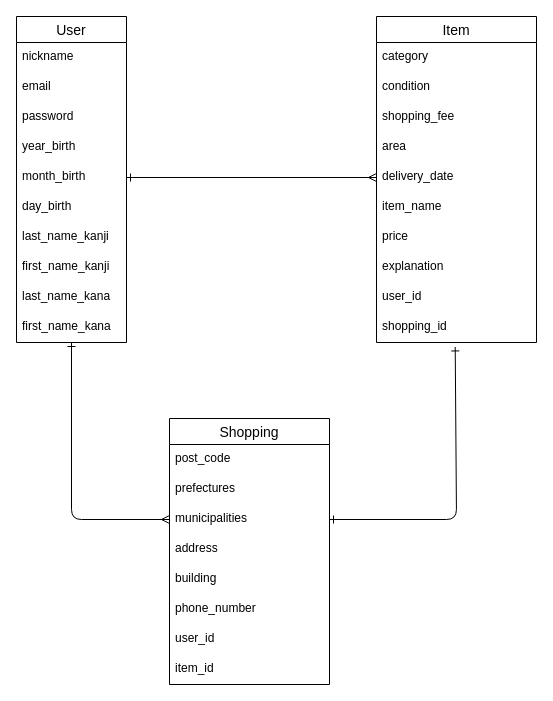
PTT1230/furima-38221 keeps this draw.io diagram as er.dio. Above is the earlier version. Source tidied: cells renumbered, new cells numbered last; positions are measured from the earlier drawing's top-left corner, leaving out a move shared by most shapes. Both pictures are drawn from the tidied source at 100%, with x=0, y=0 at pixel (16, 16).
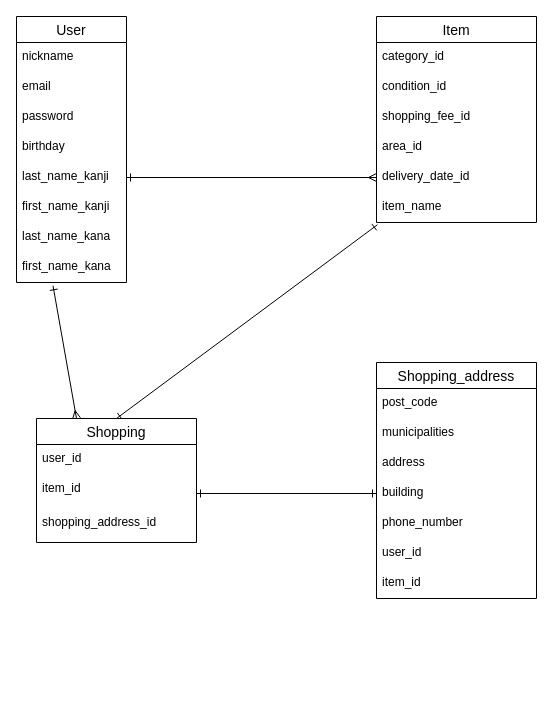
The same page after the edit.

Commit message (it also covers changes not shown here):
カラム修正

The change refers to these unchanged cells:
```xml
<mxCell id="19" value="item_name" style="text;strokeColor=none;fillColor=none;spacingLeft=4;spacingRight=4;overflow=hidden;points=[[0,0.5],[1,0.5]];portConstraint=eastwest;fontSize=12;" parent="13" vertex="1">
  <mxGeometry y="176" width="160" height="30" as="geometry" />
</mxCell>
```

Change to the diagram source:
```diff
@@
     <mxCell id="2" value="User" style="swimlane;fontStyle=0;horizontal=1;startSize=26;align=center;fontSize=14;" parent="1" vertex="1">
-      <mxGeometry width="110" height="326" as="geometry" />
+      <mxGeometry width="110" height="266" as="geometry" />
     </mxCell>
@@
-    <mxCell id="6" value="year_birth" style="text;strokeColor=none;fillColor=none;spacingLeft=4;spacingRight=4;overflow=hidden;fontSize=12;" parent="2" vertex="1">
+    <mxCell id="6" value="birthday" style="text;strokeColor=none;fillColor=none;spacingLeft=4;spacingRight=4;overflow=hidden;fontSize=12;" parent="2" vertex="1">
       <mxGeometry y="116" width="110" height="30" as="geometry" />
     </mxCell>
-    <mxCell id="7" value="month_birth" style="text;strokeColor=none;fillColor=none;spacingLeft=4;spacingRight=4;overflow=hidden;points=[[0,0.5],[1,0.5]];portConstraint=eastwest;fontSize=12;" parent="2" vertex="1">
-      <mxGeometry y="146" width="110" height="30" as="geometry" />
-    </mxCell>
-    <mxCell id="8" value="day_birth" style="text;strokeColor=none;fillColor=none;spacingLeft=4;spacingRight=4;overflow=hidden;fontSize=12;" parent="2" vertex="1">
-      <mxGeometry y="176" width="110" height="30" as="geometry" />
-    </mxCell>
     <mxCell id="9" value="last_name_kanji" style="text;strokeColor=none;fillColor=none;spacingLeft=4;spacingRight=4;overflow=hidden;fontSize=12;" parent="2" vertex="1">
-      <mxGeometry y="206" width="110" height="30" as="geometry" />
+      <mxGeometry y="146" width="110" height="30" as="geometry" />
     </mxCell>
     <mxCell id="10" value="first_name_kanji" style="text;strokeColor=none;fillColor=none;spacingLeft=4;spacingRight=4;overflow=hidden;fontSize=12;" parent="2" vertex="1">
-      <mxGeometry y="236" width="110" height="30" as="geometry" />
+      <mxGeometry y="176" width="110" height="30" as="geometry" />
     </mxCell>
     <mxCell id="11" value="last_name_kana" style="text;strokeColor=none;fillColor=none;spacingLeft=4;spacingRight=4;overflow=hidden;fontSize=12;" parent="2" vertex="1">
-      <mxGeometry y="266" width="110" height="30" as="geometry" />
+      <mxGeometry y="206" width="110" height="30" as="geometry" />
     </mxCell>
     <mxCell id="12" value="first_name_kana" style="text;strokeColor=none;fillColor=none;spacingLeft=4;spacingRight=4;overflow=hidden;points=[[0,0.5],[1,0.5]];portConstraint=eastwest;fontSize=12;" parent="2" vertex="1">
-      <mxGeometry y="296" width="110" height="30" as="geometry" />
+      <mxGeometry y="236" width="110" height="30" as="geometry" />
     </mxCell>
     <mxCell id="13" value="Item" style="swimlane;fontStyle=0;horizontal=1;startSize=26;align=center;fontSize=14;" parent="1" vertex="1">
-      <mxGeometry x="360" width="160" height="326" as="geometry" />
+      <mxGeometry x="360" width="160" height="206" as="geometry" />
     </mxCell>
-    <mxCell id="14" value="category" style="text;strokeColor=none;fillColor=none;spacingLeft=4;spacingRight=4;overflow=hidden;fontSize=12;" parent="13" vertex="1">
+    <mxCell id="14" value="category_id" style="text;strokeColor=none;fillColor=none;spacingLeft=4;spacingRight=4;overflow=hidden;fontSize=12;" parent="13" vertex="1">
       <mxGeometry y="26" width="160" height="30" as="geometry" />
     </mxCell>
-    <mxCell id="15" value="condition" style="text;strokeColor=none;fillColor=none;spacingLeft=4;spacingRight=4;overflow=hidden;fontSize=12;" parent="13" vertex="1">
+    <mxCell id="15" value="condition_id" style="text;strokeColor=none;fillColor=none;spacingLeft=4;spacingRight=4;overflow=hidden;fontSize=12;" parent="13" vertex="1">
       <mxGeometry y="56" width="160" height="30" as="geometry" />
     </mxCell>
-    <mxCell id="16" value="shopping_fee" style="text;strokeColor=none;fillColor=none;spacingLeft=4;spacingRight=4;overflow=hidden;fontSize=12;" parent="13" vertex="1">
+    <mxCell id="16" value="shopping_fee_id" style="text;strokeColor=none;fillColor=none;spacingLeft=4;spacingRight=4;overflow=hidden;fontSize=12;" parent="13" vertex="1">
       <mxGeometry y="86" width="160" height="30" as="geometry" />
     </mxCell>
-    <mxCell id="17" value="area" style="text;strokeColor=none;fillColor=none;spacingLeft=4;spacingRight=4;overflow=hidden;fontSize=12;" parent="13" vertex="1">
+    <mxCell id="17" value="area_id" style="text;strokeColor=none;fillColor=none;spacingLeft=4;spacingRight=4;overflow=hidden;fontSize=12;" parent="13" vertex="1">
       <mxGeometry y="116" width="160" height="30" as="geometry" />
     </mxCell>
-    <mxCell id="18" value="delivery_date" style="text;strokeColor=none;fillColor=none;spacingLeft=4;spacingRight=4;overflow=hidden;points=[[0,0.5],[1,0.5]];portConstraint=eastwest;fontSize=12;" parent="13" vertex="1">
+    <mxCell id="18" value="delivery_date_id" style="text;strokeColor=none;fillColor=none;spacingLeft=4;spacingRight=4;overflow=hidden;points=[[0,0.5],[1,0.5]];portConstraint=eastwest;fontSize=12;" parent="13" vertex="1">
       <mxGeometry y="146" width="160" height="30" as="geometry" />
     </mxCell>
@@
-    <mxCell id="20" value="price" style="text;strokeColor=none;fillColor=none;spacingLeft=4;spacingRight=4;overflow=hidden;fontSize=12;" parent="13" vertex="1">
-      <mxGeometry y="206" width="160" height="30" as="geometry" />
-    </mxCell>
-    <mxCell id="21" value="explanation" style="text;strokeColor=none;fillColor=none;spacingLeft=4;spacingRight=4;overflow=hidden;fontSize=12;" parent="13" vertex="1">
-      <mxGeometry y="236" width="160" height="30" as="geometry" />
-    </mxCell>
-    <mxCell id="22" value="user_id" style="text;strokeColor=none;fillColor=none;spacingLeft=4;spacingRight=4;overflow=hidden;fontSize=12;" parent="13" vertex="1">
-      <mxGeometry y="266" width="160" height="30" as="geometry" />
-    </mxCell>
-    <mxCell id="23" value="shopping_id" style="text;strokeColor=none;fillColor=none;spacingLeft=4;spacingRight=4;overflow=hidden;points=[[0,0.5],[1,0.5]];portConstraint=eastwest;fontSize=12;" parent="13" vertex="1">
-      <mxGeometry y="296" width="160" height="30" as="geometry" />
-    </mxCell>
+    <mxCell id="36" style="edgeStyle=none;html=1;exitX=0.5;exitY=0;exitDx=0;exitDy=0;entryX=0.006;entryY=1.074;entryDx=0;entryDy=0;entryPerimeter=0;startArrow=ERone;startFill=0;endArrow=ERone;endFill=0;strokeWidth=1;" parent="1" edge="1" source="24" target="19">
+      <mxGeometry relative="1" as="geometry" />
+    </mxCell>
+    <mxCell id="37" style="edgeStyle=none;html=1;exitX=0.25;exitY=0;exitDx=0;exitDy=0;entryX=0.332;entryY=1.111;entryDx=0;entryDy=0;entryPerimeter=0;startArrow=ERmany;startFill=0;endArrow=ERone;endFill=0;strokeWidth=1;" parent="1" edge="1" source="24" target="12">
+      <mxGeometry relative="1" as="geometry" />
+    </mxCell>
     <mxCell id="24" value="Shopping" style="swimlane;fontStyle=0;horizontal=1;startSize=26;align=center;fontSize=14;spacing=1;" parent="1" vertex="1">
-      <mxGeometry x="153" y="402" width="160" height="266" as="geometry" />
+      <mxGeometry x="20" y="402" width="160" height="124" as="geometry" />
     </mxCell>
+    <mxCell id="31" value="user_id" style="text;strokeColor=none;fillColor=none;spacingLeft=4;spacingRight=4;overflow=hidden;fontSize=12;" parent="24" vertex="1">
+      <mxGeometry y="26" width="160" height="30" as="geometry" />
+    </mxCell>
+    <mxCell id="38" value="item_id" style="text;strokeColor=none;fillColor=none;spacingLeft=4;spacingRight=4;overflow=hidden;fontSize=12;" parent="24" vertex="1">
+      <mxGeometry y="56" width="160" height="34" as="geometry" />
+    </mxCell>
+    <mxCell id="32" value="shopping_address_id" style="text;strokeColor=none;fillColor=none;spacingLeft=4;spacingRight=4;overflow=hidden;fontSize=12;" parent="24" vertex="1">
+      <mxGeometry y="90" width="160" height="34" as="geometry" />
+    </mxCell>
+    <mxCell id="35" style="edgeStyle=none;html=1;exitX=0;exitY=0.5;exitDx=0;exitDy=0;entryX=1;entryY=0.5;entryDx=0;entryDy=0;startArrow=ERmany;startFill=0;endArrow=ERone;endFill=0;strokeWidth=1;" parent="1" edge="1" source="18">
+      <mxGeometry relative="1" as="geometry">
+        <mxPoint x="110" y="161" as="targetPoint" />
+      </mxGeometry>
+    </mxCell>
+    <mxCell id="39" value="Shopping_address" style="swimlane;fontStyle=0;horizontal=1;startSize=26;align=center;fontSize=14;spacing=1;" parent="1" vertex="1">
+      <mxGeometry x="360" y="346" width="160" height="236" as="geometry" />
+    </mxCell>
-    <mxCell id="25" value="post_code" style="text;strokeColor=none;fillColor=none;spacingLeft=4;spacingRight=4;overflow=hidden;fontSize=12;" parent="24" vertex="1">
+    <mxCell id="25" value="post_code" style="text;strokeColor=none;fillColor=none;spacingLeft=4;spacingRight=4;overflow=hidden;fontSize=12;" parent="39" vertex="1">
       <mxGeometry y="26" width="160" height="30" as="geometry" />
     </mxCell>
-    <mxCell id="26" value="prefectures" style="text;strokeColor=none;fillColor=none;spacingLeft=4;spacingRight=4;overflow=hidden;fontSize=12;" parent="24" vertex="1">
-      <mxGeometry y="56" width="160" height="30" as="geometry" />
-    </mxCell>
-    <mxCell id="27" value="municipalities" style="text;strokeColor=none;fillColor=none;spacingLeft=4;spacingRight=4;overflow=hidden;points=[[0,0.5],[1,0.5]];portConstraint=eastwest;fontSize=12;" parent="24" vertex="1">
-      <mxGeometry y="86" width="160" height="30" as="geometry" />
+    <mxCell id="27" value="municipalities" style="text;strokeColor=none;fillColor=none;spacingLeft=4;spacingRight=4;overflow=hidden;points=[[0,0.5],[1,0.5]];portConstraint=eastwest;fontSize=12;" parent="39" vertex="1">
+      <mxGeometry y="56" width="160" height="30" as="geometry" />
     </mxCell>
-    <mxCell id="28" value="address" style="text;strokeColor=none;fillColor=none;spacingLeft=4;spacingRight=4;overflow=hidden;fontSize=12;" parent="24" vertex="1">
-      <mxGeometry y="116" width="160" height="30" as="geometry" />
+    <mxCell id="28" value="address" style="text;strokeColor=none;fillColor=none;spacingLeft=4;spacingRight=4;overflow=hidden;fontSize=12;" parent="39" vertex="1">
+      <mxGeometry y="86" width="160" height="30" as="geometry" />
     </mxCell>
-    <mxCell id="29" value="building" style="text;strokeColor=none;fillColor=none;spacingLeft=4;spacingRight=4;overflow=hidden;points=[[0,0.5],[1,0.5]];portConstraint=eastwest;fontSize=12;" parent="24" vertex="1">
-      <mxGeometry y="146" width="160" height="30" as="geometry" />
+    <mxCell id="29" value="building" style="text;strokeColor=none;fillColor=none;spacingLeft=4;spacingRight=4;overflow=hidden;points=[[0,0.5],[1,0.5]];portConstraint=eastwest;fontSize=12;" parent="39" vertex="1">
+      <mxGeometry y="116" width="160" height="30" as="geometry" />
     </mxCell>
-    <mxCell id="30" value="phone_number" style="text;strokeColor=none;fillColor=none;spacingLeft=4;spacingRight=4;overflow=hidden;fontSize=12;" parent="24" vertex="1">
-      <mxGeometry y="176" width="160" height="30" as="geometry" />
+    <mxCell id="30" value="phone_number" style="text;strokeColor=none;fillColor=none;spacingLeft=4;spacingRight=4;overflow=hidden;fontSize=12;" parent="39" vertex="1">
+      <mxGeometry y="146" width="160" height="30" as="geometry" />
     </mxCell>
-    <mxCell id="31" value="user_id" style="text;strokeColor=none;fillColor=none;spacingLeft=4;spacingRight=4;overflow=hidden;fontSize=12;" parent="24" vertex="1">
-      <mxGeometry y="206" width="160" height="30" as="geometry" />
-    </mxCell>
-    <mxCell id="32" value="item_id" style="text;strokeColor=none;fillColor=none;spacingLeft=4;spacingRight=4;overflow=hidden;fontSize=12;" parent="24" vertex="1">
-      <mxGeometry y="236" width="160" height="30" as="geometry" />
-    </mxCell>
-    <mxCell id="33" style="edgeStyle=none;html=1;exitX=1;exitY=0.5;exitDx=0;exitDy=0;endArrow=ERone;endFill=0;strokeWidth=1;startArrow=ERone;startFill=0;entryX=0.492;entryY=1.148;entryDx=0;entryDy=0;entryPerimeter=0;" parent="1" edge="1" source="27" target="23">
-      <mxGeometry relative="1" as="geometry">
-        <Array as="points">
-          <mxPoint x="440" y="503" />
-        </Array>
-      </mxGeometry>
-    </mxCell>
-    <mxCell id="34" style="edgeStyle=none;html=1;exitX=0;exitY=0.5;exitDx=0;exitDy=0;startArrow=ERmany;startFill=0;endArrow=ERone;endFill=0;strokeWidth=1;" parent="1" edge="1" source="27" target="12">
-      <mxGeometry relative="1" as="geometry">
-        <Array as="points">
-          <mxPoint x="55" y="503" />
-        </Array>
-      </mxGeometry>
-    </mxCell>
-    <mxCell id="35" style="edgeStyle=none;html=1;exitX=0;exitY=0.5;exitDx=0;exitDy=0;entryX=1;entryY=0.5;entryDx=0;entryDy=0;startArrow=ERmany;startFill=0;endArrow=ERone;endFill=0;strokeWidth=1;" parent="1" edge="1" source="18" target="7">
-      <mxGeometry relative="1" as="geometry" />
-    </mxCell>
+    <mxCell id="22" value="user_id" style="text;strokeColor=none;fillColor=none;spacingLeft=4;spacingRight=4;overflow=hidden;fontSize=12;" parent="39" vertex="1">
+      <mxGeometry y="176" width="160" height="30" as="geometry" />
+    </mxCell>
+    <mxCell id="40" value="item_id" style="text;strokeColor=none;fillColor=none;spacingLeft=4;spacingRight=4;overflow=hidden;fontSize=12;" parent="39" vertex="1">
+      <mxGeometry y="206" width="160" height="30" as="geometry" />
+    </mxCell>
+    <mxCell id="41" style="edgeStyle=none;html=1;startArrow=ERone;startFill=0;endArrow=ERone;endFill=0;strokeWidth=1;entryX=0;entryY=0.5;entryDx=0;entryDy=0;" parent="1" edge="1" target="29">
+      <mxGeometry relative="1" as="geometry">
+        <mxPoint x="180" y="477" as="sourcePoint" />
+      </mxGeometry>
+    </mxCell>
```
